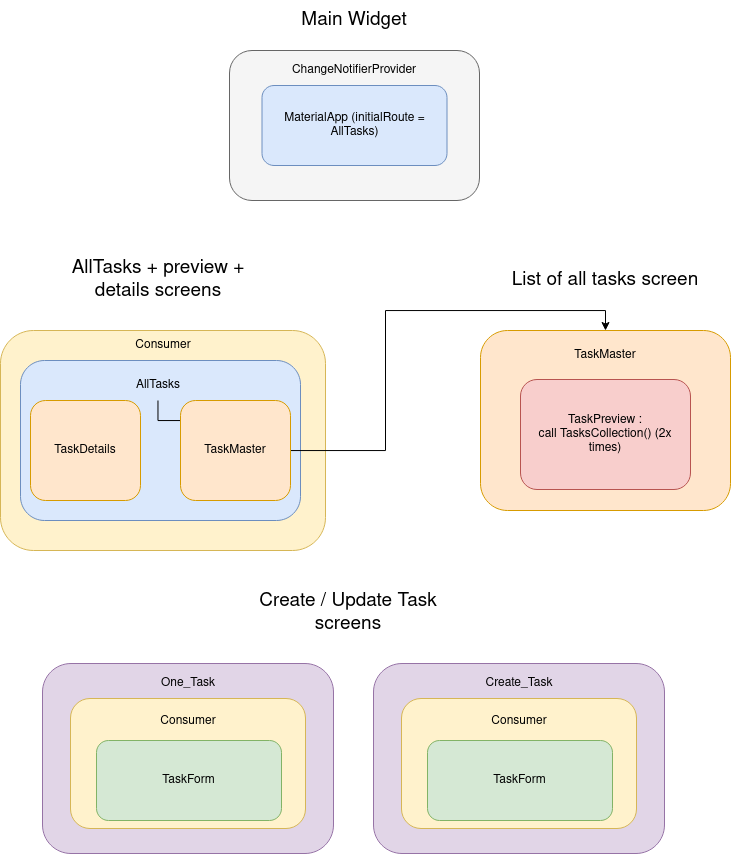
Earlier version of the draw.io export TodoList tree.drawio.png (sebastienklaus/flutter_ToDoList). Source tidied: cells renumbered, new cells last; positions are measured from the earlier drawing's top-left corner, leaving out a move shared by most shapes.
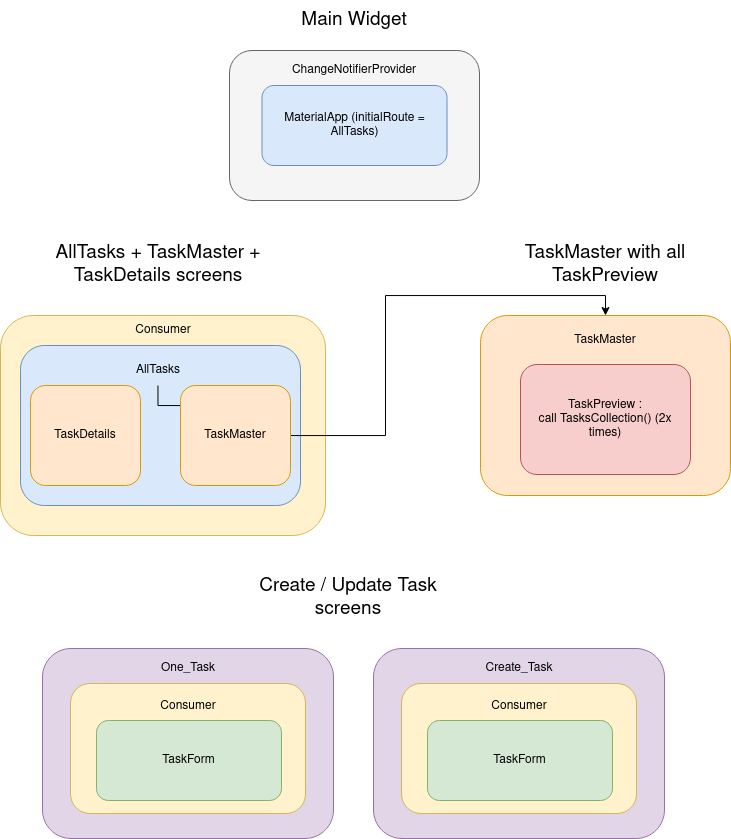
The same diagram one commit later.

Diff of the diagram source:
```diff
@@ -3,13 +3,13 @@
     <mxCell id="0" />
     <mxCell id="1" parent="0" />
     <mxCell id="2" style="rounded=1;whiteSpace=wrap;html=1;fillColor=#f5f5f5;fontColor=#333333;strokeColor=#666666;" parent="1" vertex="1">
-      <mxGeometry x="229" y="50" width="250" height="150" as="geometry" />
+      <mxGeometry x="229" y="65" width="250" height="150" as="geometry" />
     </mxCell>
     <mxCell id="3" value="MaterialApp (initialRoute = AllTasks)" style="rounded=1;whiteSpace=wrap;html=1;fillColor=#dae8fc;strokeColor=#6c8ebf;" parent="1" vertex="1">
-      <mxGeometry x="261.5" y="85" width="185" height="80" as="geometry" />
+      <mxGeometry x="261.5" y="100" width="185" height="80" as="geometry" />
     </mxCell>
     <mxCell id="4" value="ChangeNotifierProvider" style="text;html=1;strokeColor=none;fillColor=none;align=center;verticalAlign=middle;whiteSpace=wrap;rounded=0;" parent="1" vertex="1">
-      <mxGeometry x="274" y="55" width="160" height="30" as="geometry" />
+      <mxGeometry x="274" y="70" width="160" height="30" as="geometry" />
     </mxCell>
     <mxCell id="5" style="rounded=1;whiteSpace=wrap;html=1;fillColor=#fff2cc;strokeColor=#d6b656;" parent="1" vertex="1">
       <mxGeometry y="330" width="325" height="220" as="geometry" />
@@ -56,17 +56,17 @@
     <mxCell id="19" value="&lt;font style=&quot;font-size: 19px&quot;&gt;Create / Update Task screens&lt;br&gt;&lt;/font&gt;" style="text;html=1;strokeColor=none;fillColor=none;align=center;verticalAlign=middle;whiteSpace=wrap;rounded=0;" parent="1" vertex="1">
       <mxGeometry x="242.5" y="593" width="210" height="40" as="geometry" />
     </mxCell>
-    <mxCell id="20" value="&lt;font style=&quot;font-size: 19px&quot;&gt;AllTasks + preview + details screens&lt;br&gt;&lt;/font&gt;" style="text;html=1;strokeColor=none;fillColor=none;align=center;verticalAlign=middle;whiteSpace=wrap;rounded=0;" parent="1" vertex="1">
+    <mxCell id="20" value="&lt;font style=&quot;font-size: 19px&quot;&gt;AllTasks + TaskMaster + TaskDetails screens&lt;br&gt;&lt;/font&gt;" style="text;html=1;strokeColor=none;fillColor=none;align=center;verticalAlign=middle;whiteSpace=wrap;rounded=0;" parent="1" vertex="1">
       <mxGeometry x="52.5" y="260" width="210" height="40" as="geometry" />
     </mxCell>
-    <mxCell id="21" value="&lt;font style=&quot;font-size: 19px&quot;&gt;List of all tasks screen&lt;br&gt;&lt;/font&gt;" style="text;html=1;strokeColor=none;fillColor=none;align=center;verticalAlign=middle;whiteSpace=wrap;rounded=0;" parent="1" vertex="1">
+    <mxCell id="21" value="&lt;font style=&quot;font-size: 19px&quot;&gt;TaskMaster with all TaskPreview&lt;br&gt;&lt;/font&gt;" style="text;html=1;strokeColor=none;fillColor=none;align=center;verticalAlign=middle;whiteSpace=wrap;rounded=0;" parent="1" vertex="1">
       <mxGeometry x="500" y="260" width="210" height="40" as="geometry" />
     </mxCell>
     <mxCell id="22" value="&lt;font style=&quot;font-size: 19px&quot;&gt;Main Widget&lt;br&gt;&lt;/font&gt;" style="text;html=1;strokeColor=none;fillColor=none;align=center;verticalAlign=middle;whiteSpace=wrap;rounded=0;" parent="1" vertex="1">
-      <mxGeometry x="249" width="210" height="40" as="geometry" />
+      <mxGeometry x="249" y="15" width="210" height="40" as="geometry" />
     </mxCell>
     <mxCell id="23" value="TaskForm" style="rounded=1;whiteSpace=wrap;html=1;fillColor=#d5e8d4;strokeColor=#82b366;" parent="1" vertex="1">
-      <mxGeometry x="96" y="740" width="185" height="80" as="geometry" />
+      <mxGeometry x="96" y="735" width="185" height="80" as="geometry" />
     </mxCell>
     <mxCell id="24" value="Consumer" style="text;html=1;strokeColor=none;fillColor=none;align=center;verticalAlign=middle;whiteSpace=wrap;rounded=0;" parent="1" vertex="1">
       <mxGeometry x="107.5" y="706" width="160" height="30" as="geometry" />
@@ -81,7 +81,7 @@
       <mxGeometry x="438.5" y="668" width="160" height="30" as="geometry" />
     </mxCell>
     <mxCell id="28" value="TaskForm" style="rounded=1;whiteSpace=wrap;html=1;fillColor=#d5e8d4;strokeColor=#82b366;" parent="1" vertex="1">
-      <mxGeometry x="427" y="740" width="185" height="80" as="geometry" />
+      <mxGeometry x="427" y="735" width="185" height="80" as="geometry" />
     </mxCell>
     <mxCell id="29" value="Consumer" style="text;html=1;strokeColor=none;fillColor=none;align=center;verticalAlign=middle;whiteSpace=wrap;rounded=0;" parent="1" vertex="1">
       <mxGeometry x="438.5" y="706" width="160" height="30" as="geometry" />
```
